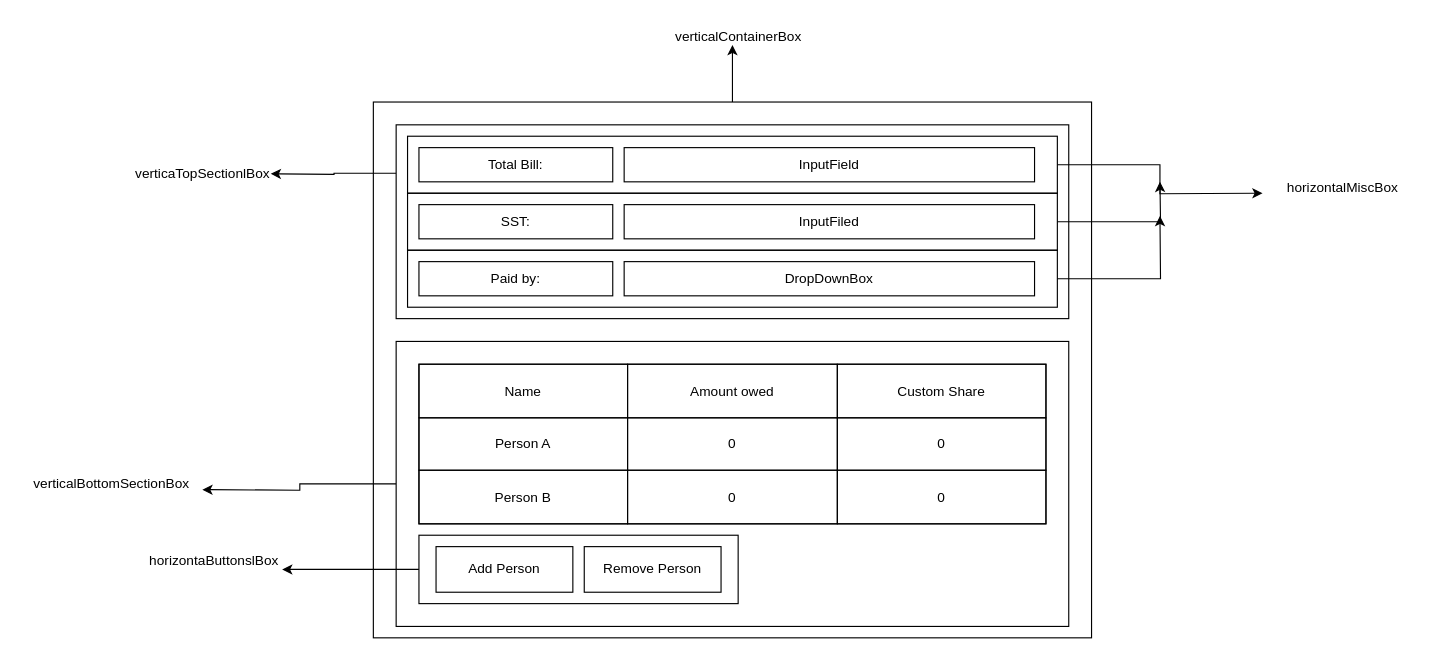
This is RealLunchCalculator/RealLunchCalculator.drawio from areleovd/qskinny-mini-projects, a draw.io file, before an edit. Source tidied: cells renumbered, new cells numbered last; positions are measured from the earlier drawing's top-left corner, leaving out a move shared by most shapes. Both pictures are drawn from the tidied source at 114%, with x=0, y=0 at pixel (19, 19).
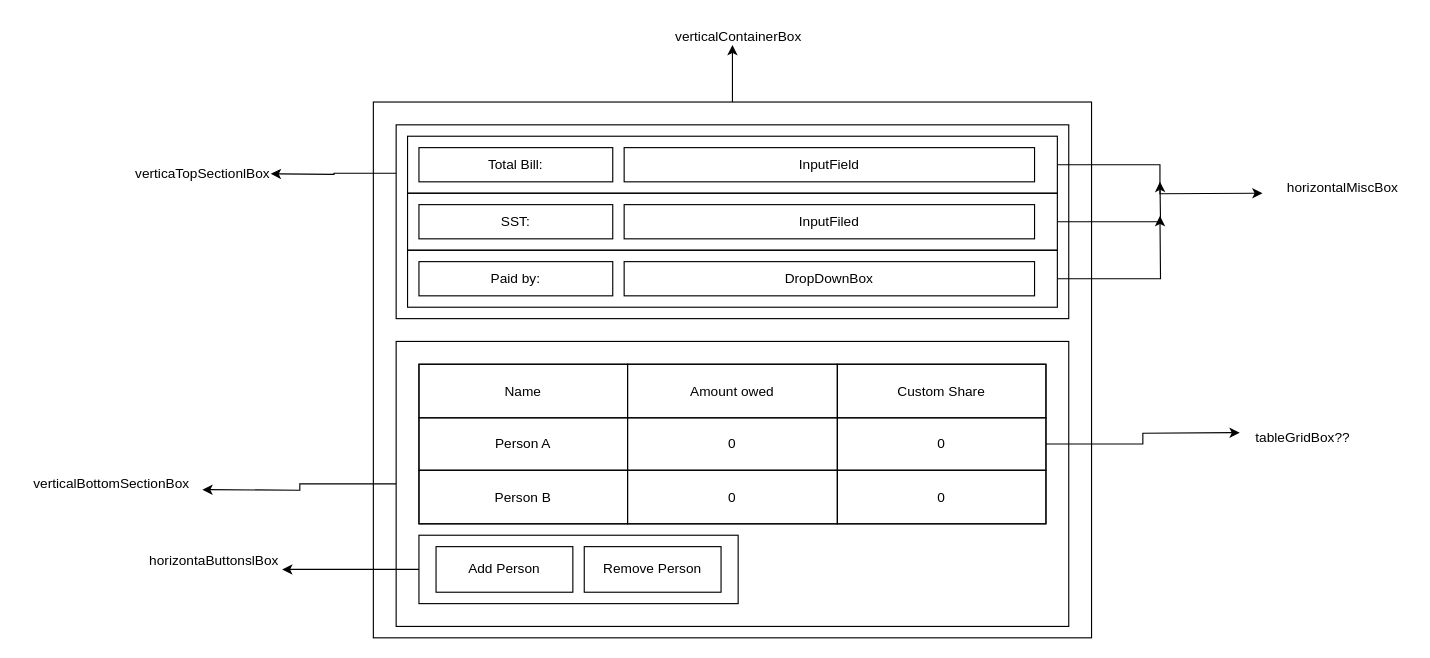
The same diagram, later.

The change refers to these unchanged cells:
```xml
<mxCell id="12" style="group;" parent="1" vertex="1">
  <mxGeometry x="330" y="282" width="590" height="250" as="geometry" />
</mxCell>
<mxCell id="20" style="shape=tableRow;horizontal=0;startSize=0;swimlaneHead=0;swimlaneBody=0;top=0;left=0;bottom=0;right=0;fontStyle=0;fillColor=none;strokeColor=inherit;" parent="15" vertex="1">
  <mxGeometry y="47" width="550" height="46" as="geometry" />
</mxCell>
```

The edit, as a diff of the source:
```diff
@@
+    <mxCell id="44" style="edgeStyle=orthogonalEdgeStyle;rounded=0;jettySize=auto;html=1;exitX=1;exitY=0.5;exitDx=0;exitDy=0;" parent="12" edge="1" source="20">
+      <mxGeometry relative="1" as="geometry">
+        <mxPoint x="740" y="80" as="targetPoint" />
+      </mxGeometry>
+    </mxCell>
@@
+    <mxCell id="45" value="tableGridBox??" style="text;html=1;align=center;verticalAlign=middle;strokeColor=none;fillColor=none;" parent="1" vertex="1">
+      <mxGeometry x="1070" y="352" width="110" height="30" as="geometry" />
+    </mxCell>
```
